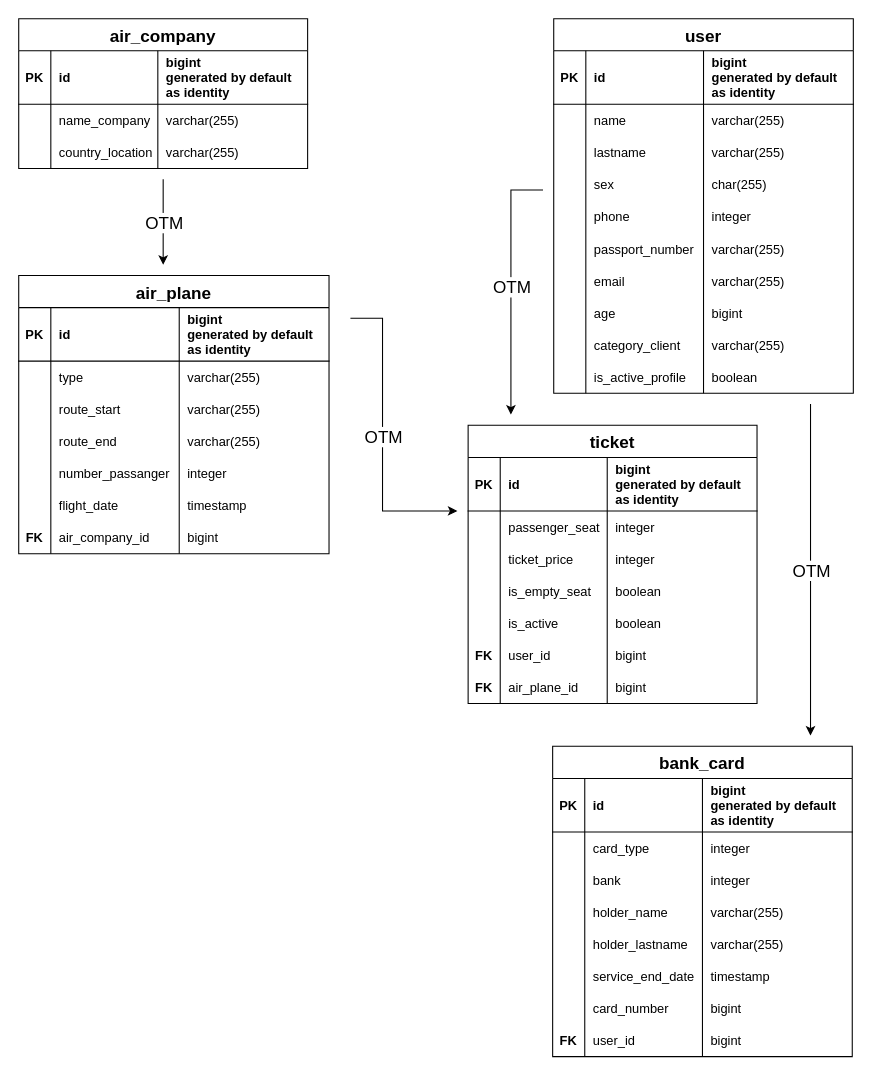
The draw.io diagram Untitled Diagram.drawio in anomalmishka/myProject, before the edit. Source tidied: cells renumbered, new cells numbered last; positions are measured from the earlier drawing's top-left corner, leaving out a move shared by most shapes. Both pictures are drawn from the tidied source at 107%, with x=0, y=0 at pixel (18, 18).
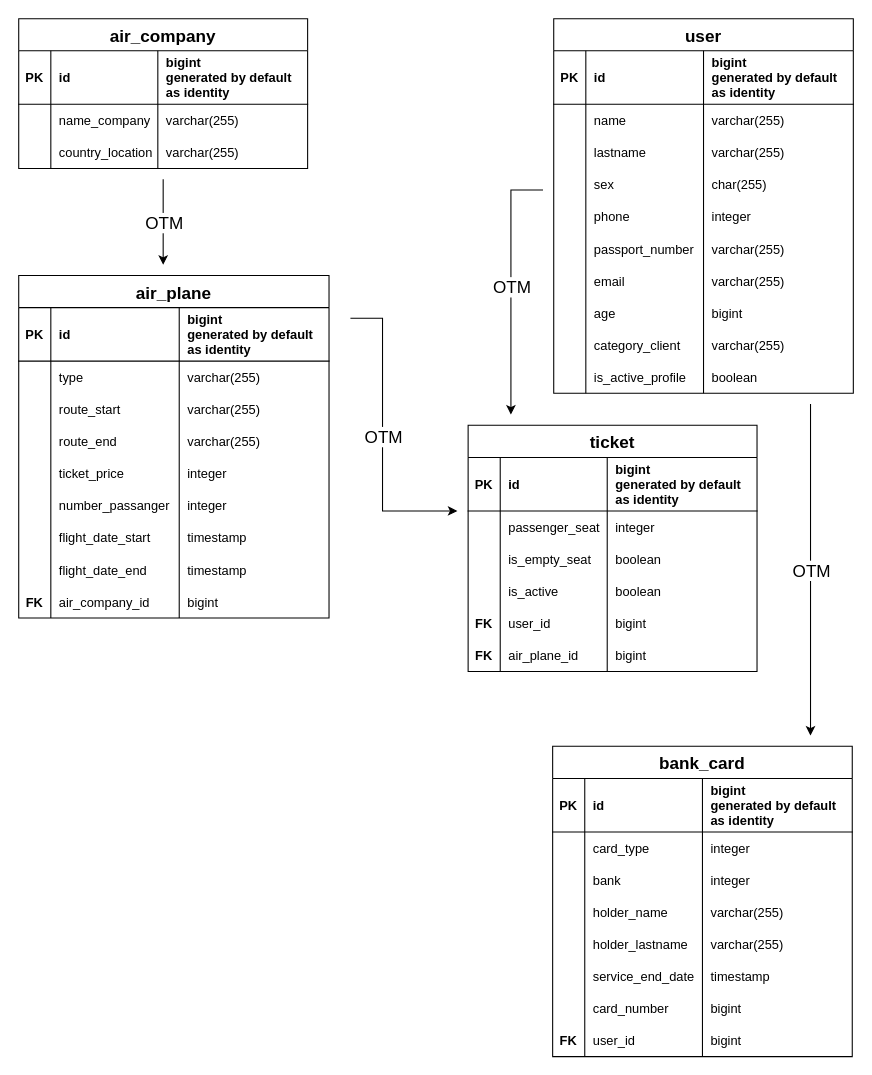
After the change.

Diff of the diagram source:
```diff
@@
     <mxCell id="43" value="ticket" style="shape=table;startSize=30;childLayout=tableLayout;rowLines=0;fontStyle=1;align=center;fontSize=16;spacing=2;" parent="1" vertex="1">
-      <mxGeometry x="420" y="380" width="270" height="260" as="geometry" />
+      <mxGeometry x="420" y="380" width="270" height="230" as="geometry" />
     </mxCell>
@@
-    <mxCell id="52" style="shape=partialRectangle;fillColor=none;top=0;left=0;right=0;bottom=0;" parent="43" vertex="1">
-      <mxGeometry y="110" width="270" height="30" as="geometry" />
-    </mxCell>
-    <mxCell id="53" style="shape=partialRectangle;overflow=hidden;fillColor=none;top=0;left=0;bottom=0;right=0;" parent="52" vertex="1">
-      <mxGeometry width="30" height="30" as="geometry" />
-    </mxCell>
-    <mxCell id="54" value="ticket_price" style="shape=partialRectangle;overflow=hidden;fillColor=none;top=0;left=0;bottom=0;right=0;align=left;spacingLeft=6;" parent="52" vertex="1">
-      <mxGeometry x="30" width="100" height="30" as="geometry" />
-    </mxCell>
-    <mxCell id="55" value="integer" style="shape=partialRectangle;overflow=hidden;fillColor=none;top=0;left=0;bottom=0;right=0;align=left;spacingLeft=6;" parent="52" vertex="1">
-      <mxGeometry x="130" width="140" height="30" as="geometry" />
-    </mxCell>
     <mxCell id="56" style="shape=partialRectangle;fillColor=none;top=0;left=0;right=0;bottom=0;" parent="43" vertex="1">
-      <mxGeometry y="140" width="270" height="30" as="geometry" />
+      <mxGeometry y="110" width="270" height="30" as="geometry" />
     </mxCell>
@@
     <mxCell id="60" style="shape=partialRectangle;fillColor=none;top=0;left=0;right=0;bottom=0;" parent="43" vertex="1">
-      <mxGeometry y="170" width="270" height="30" as="geometry" />
+      <mxGeometry y="140" width="270" height="30" as="geometry" />
     </mxCell>
@@
     <mxCell id="64" style="shape=partialRectangle;fillColor=none;top=0;left=0;right=0;bottom=0;" parent="43" vertex="1">
-      <mxGeometry y="200" width="270" height="30" as="geometry" />
+      <mxGeometry y="170" width="270" height="30" as="geometry" />
     </mxCell>
@@
     <mxCell id="68" style="shape=partialRectangle;fillColor=none;top=0;left=0;right=0;bottom=0;" parent="43" vertex="1">
-      <mxGeometry y="230" width="270" height="30" as="geometry" />
+      <mxGeometry y="200" width="270" height="30" as="geometry" />
     </mxCell>
@@
     <mxCell id="124" value="air_plane" style="shape=table;startSize=30;childLayout=tableLayout;rowLines=0;fontStyle=1;align=center;fontSize=16;spacing=2;" parent="1" vertex="1">
-      <mxGeometry y="240" width="290" height="260" as="geometry" />
+      <mxGeometry y="240" width="290" height="320" as="geometry" />
     </mxCell>
@@
+    <mxCell id="155" style="shape=partialRectangle;fillColor=none;top=0;left=0;right=0;bottom=0;" parent="124" vertex="1">
+      <mxGeometry y="170" width="290" height="30" as="geometry" />
+    </mxCell>
+    <mxCell id="156" style="shape=partialRectangle;overflow=hidden;fillColor=none;top=0;left=0;bottom=0;right=0;" parent="155" vertex="1">
+      <mxGeometry width="30" height="30" as="geometry" />
+    </mxCell>
+    <mxCell id="54" value="ticket_price" style="shape=partialRectangle;overflow=hidden;fillColor=none;top=0;left=0;bottom=0;right=0;align=left;spacingLeft=6;" parent="155" vertex="1">
+      <mxGeometry x="30" width="120" height="30" as="geometry" />
+    </mxCell>
+    <mxCell id="55" value="integer" style="shape=partialRectangle;overflow=hidden;fillColor=none;top=0;left=0;bottom=0;right=0;align=left;spacingLeft=6;" parent="155" vertex="1">
+      <mxGeometry x="150" width="140" height="30" as="geometry" />
+    </mxCell>
     <mxCell id="141" style="shape=partialRectangle;fillColor=none;top=0;left=0;right=0;bottom=0;" parent="124" vertex="1">
-      <mxGeometry y="170" width="290" height="30" as="geometry" />
+      <mxGeometry y="200" width="290" height="30" as="geometry" />
     </mxCell>
@@
     <mxCell id="145" style="shape=partialRectangle;fillColor=none;top=0;left=0;right=0;bottom=0;" parent="124" vertex="1">
-      <mxGeometry y="200" width="290" height="30" as="geometry" />
+      <mxGeometry y="230" width="290" height="30" as="geometry" />
     </mxCell>
@@
-    <mxCell id="147" value="flight_date" style="shape=partialRectangle;overflow=hidden;fillColor=none;top=0;left=0;bottom=0;right=0;align=left;spacingLeft=6;" parent="145" vertex="1">
+    <mxCell id="147" value="flight_date_start" style="shape=partialRectangle;overflow=hidden;fillColor=none;top=0;left=0;bottom=0;right=0;align=left;spacingLeft=6;" parent="145" vertex="1">
       <mxGeometry x="30" width="120" height="30" as="geometry" />
     </mxCell>
@@
+    <mxCell id="157" style="shape=partialRectangle;fillColor=none;top=0;left=0;right=0;bottom=0;" parent="124" vertex="1">
+      <mxGeometry y="260" width="290" height="30" as="geometry" />
+    </mxCell>
+    <mxCell id="158" style="shape=partialRectangle;overflow=hidden;fillColor=none;top=0;left=0;bottom=0;right=0;" parent="157" vertex="1">
+      <mxGeometry width="30" height="30" as="geometry" />
+    </mxCell>
+    <mxCell id="159" value="flight_date_end" style="shape=partialRectangle;overflow=hidden;fillColor=none;top=0;left=0;bottom=0;right=0;align=left;spacingLeft=6;" parent="157" vertex="1">
+      <mxGeometry x="30" width="120" height="30" as="geometry" />
+    </mxCell>
+    <mxCell id="160" value="timestamp" style="shape=partialRectangle;overflow=hidden;fillColor=none;top=0;left=0;bottom=0;right=0;align=left;spacingLeft=6;" parent="157" vertex="1">
+      <mxGeometry x="150" width="140" height="30" as="geometry" />
+    </mxCell>
     <mxCell id="149" style="shape=partialRectangle;fillColor=none;top=0;left=0;right=0;bottom=0;" parent="124" vertex="1">
-      <mxGeometry y="230" width="290" height="30" as="geometry" />
+      <mxGeometry y="290" width="290" height="30" as="geometry" />
     </mxCell>
```
